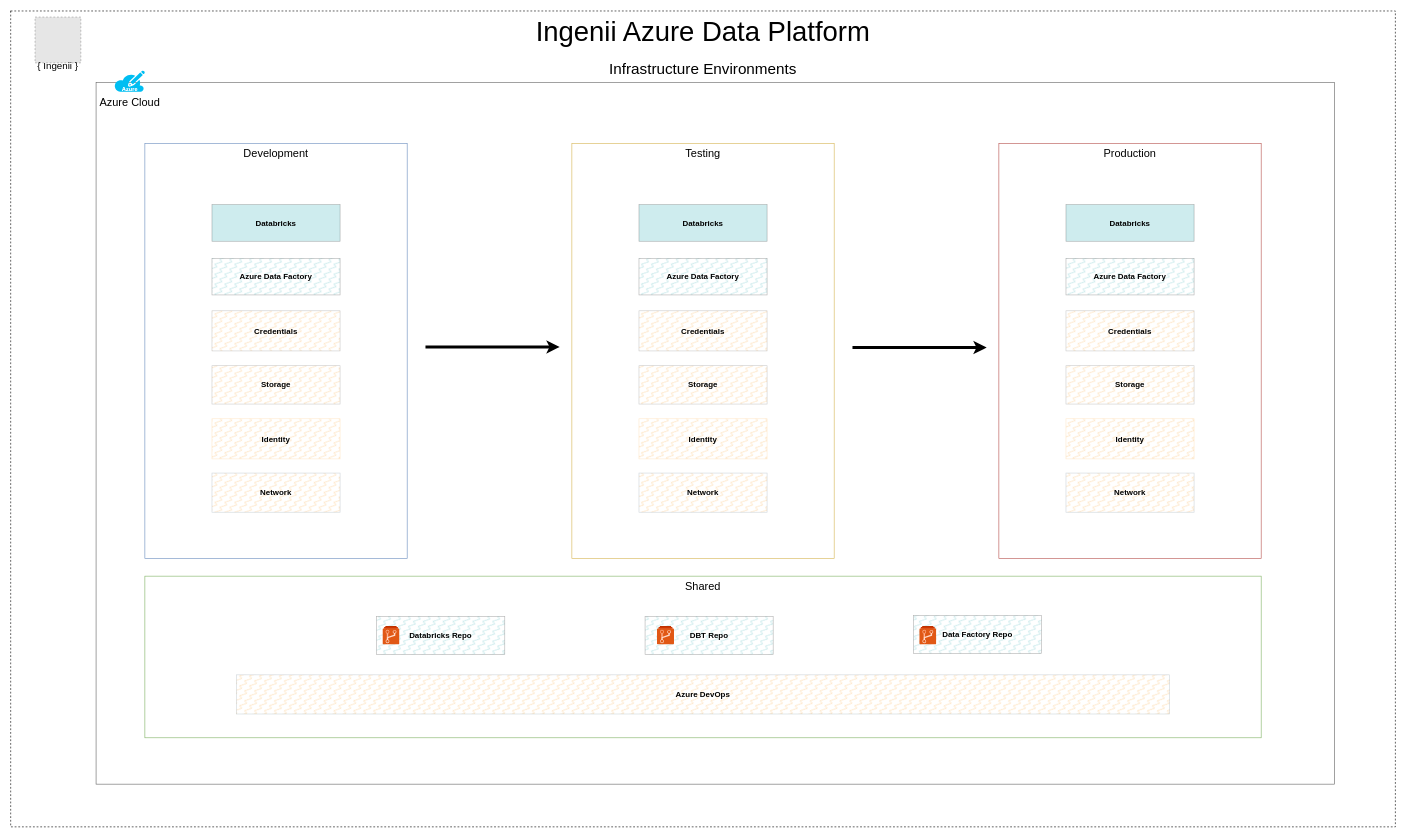
Earlier version of the draw.io diagram docs/assets/adp-design-infra-environments.drawio (rising-star92/python-azure-data-paltform). Source tidied: cells renumbered, new cells numbered last; positions are measured from the earlier drawing's top-left corner, leaving out a move shared by most shapes. Both pictures are drawn from the tidied source at 61%, with x=0, y=0 at pixel (10, 10). Pictures stored in the file or linked from it are replaced by grey dashed boxes.
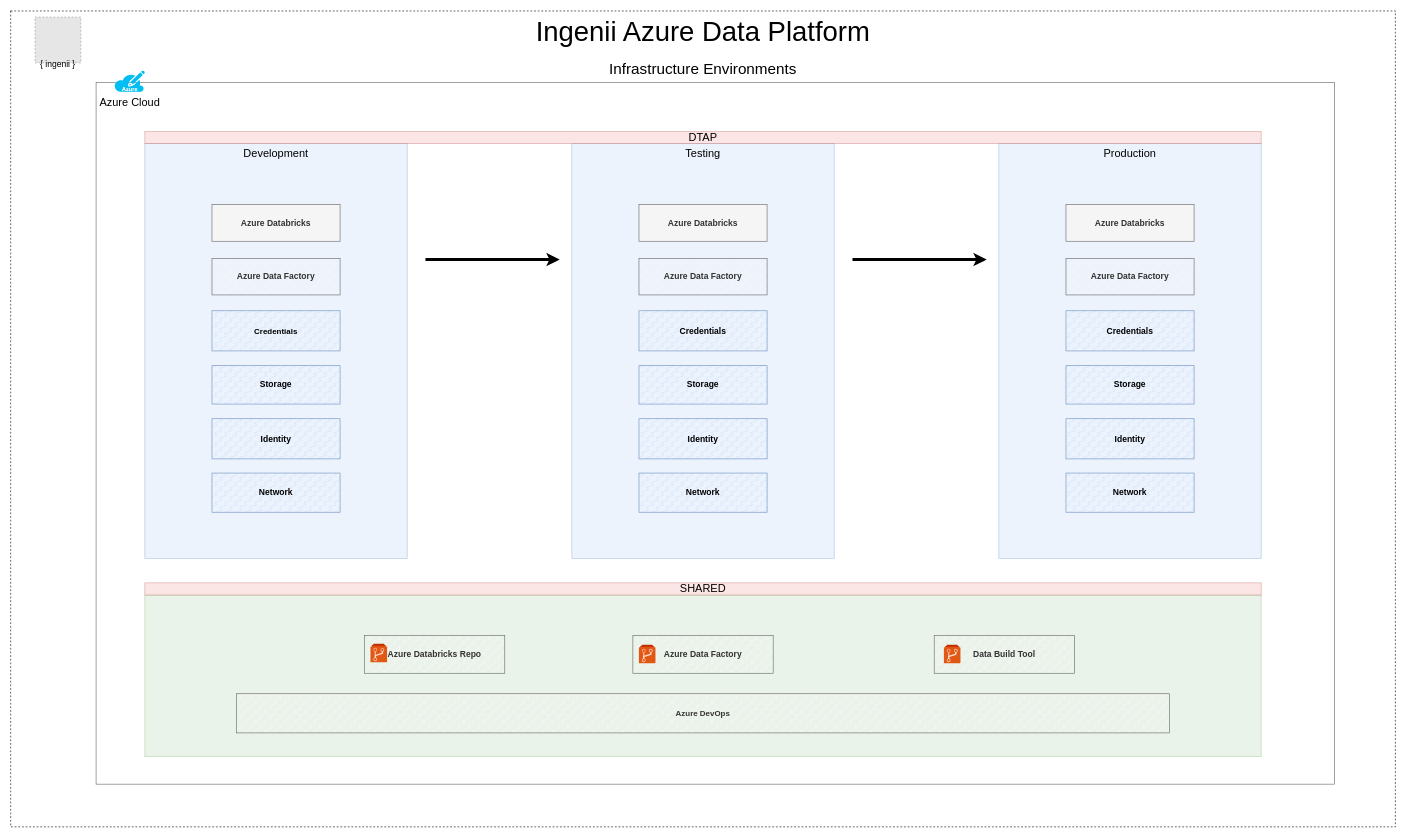
The same diagram, later.

The edit, as a diff of the source:
```diff
@@
-    <mxCell id="5" value="{ Ingenii }" style="fillColor=#E6E6E6;strokeColor=#999999;dashed=1;verticalLabelPosition=bottom;verticalAlign=top;fontSize=16;labelPosition=center;align=center;spacing=-10;" parent="1" vertex="1">
+    <mxCell id="5" value="{ ingenii }" style="fillColor=#E6E6E6;strokeColor=#999999;dashed=1;verticalLabelPosition=bottom;verticalAlign=top;fontSize=14;labelPosition=center;align=center;spacing=-10;" parent="1" vertex="1">
       <mxGeometry x="40" y="10.5" width="75" height="75" as="geometry" />
     </mxCell>
@@
     <mxCell id="7" style="edgeStyle=orthogonalEdgeStyle;rounded=0;orthogonalLoop=1;jettySize=auto;html=1;fontSize=18;strokeWidth=5;" parent="1" edge="1">
       <mxGeometry relative="1" as="geometry">
-        <mxPoint x="680" y="551.2" as="sourcePoint" />
-        <mxPoint x="900" y="551.2" as="targetPoint" />
+        <mxPoint x="680" y="408" as="sourcePoint" />
+        <mxPoint x="900" y="408" as="targetPoint" />
       </mxGeometry>
     </mxCell>
-    <mxCell id="8" value="Development" style="rounded=0;whiteSpace=wrap;html=1;verticalAlign=top;fontSize=18;strokeColor=#6c8ebf;fillColor=none;" parent="1" vertex="1">
+    <mxCell id="8" value="Development" style="rounded=0;whiteSpace=wrap;html=1;verticalAlign=top;fontSize=18;strokeColor=#6c8ebf;fillColor=#dae8fc;opacity=50;" parent="1" vertex="1">
       <mxGeometry x="220" y="218" width="430" height="680" as="geometry" />
     </mxCell>
-    <mxCell id="9" value="Testing" style="rounded=0;whiteSpace=wrap;html=1;verticalAlign=top;fontSize=18;strokeColor=#d6b656;fillColor=none;" parent="1" vertex="1">
+    <mxCell id="9" value="Testing" style="rounded=0;whiteSpace=wrap;html=1;verticalAlign=top;fontSize=18;strokeColor=#6c8ebf;fillColor=#dae8fc;opacity=50;" parent="1" vertex="1">
       <mxGeometry x="920" y="218" width="430" height="680" as="geometry" />
     </mxCell>
-    <mxCell id="10" value="Production" style="rounded=0;whiteSpace=wrap;html=1;verticalAlign=top;fontSize=18;strokeColor=#b85450;fillColor=none;" parent="1" vertex="1">
+    <mxCell id="10" value="Production" style="rounded=0;whiteSpace=wrap;html=1;verticalAlign=top;fontSize=18;strokeColor=#6c8ebf;fillColor=#dae8fc;opacity=50;" parent="1" vertex="1">
       <mxGeometry x="1620" y="218" width="430" height="680" as="geometry" />
     </mxCell>
-    <mxCell id="11" value="Shared" style="rounded=0;whiteSpace=wrap;html=1;verticalAlign=top;fontSize=18;strokeColor=#82b366;fillColor=none;" parent="1" vertex="1">
-      <mxGeometry x="220" y="927" width="1830" height="265" as="geometry" />
+    <mxCell id="11" style="rounded=0;whiteSpace=wrap;html=1;verticalAlign=top;fontSize=18;strokeColor=#82b366;fillColor=#d5e8d4;opacity=50;" parent="1" vertex="1">
+      <mxGeometry x="220" y="958" width="1830" height="265" as="geometry" />
     </mxCell>
-    <mxCell id="12" value="&lt;b&gt;Azure Data Factory&lt;/b&gt;" style="whiteSpace=wrap;html=1;shadow=0;labelBackgroundColor=none;sketch=0;fontSize=13;verticalAlign=middle;fillStyle=zigzag;fillColor=#5FC0C5;opacity=30;" parent="1" vertex="1">
-      <mxGeometry x="330" y="406" width="210" height="60" as="geometry" />
-    </mxCell>
-    <mxCell id="13" value="&lt;b&gt;Databricks&lt;/b&gt;" style="whiteSpace=wrap;html=1;shadow=0;labelBackgroundColor=none;sketch=0;fontSize=13;verticalAlign=middle;opacity=30;fillColor=#5fc0c5;" parent="1" vertex="1">
-      <mxGeometry x="330" y="318" width="210" height="60" as="geometry" />
-    </mxCell>
-    <mxCell id="14" value="&lt;b&gt;Storage&lt;/b&gt;" style="rounded=0;whiteSpace=wrap;html=1;shadow=0;labelBackgroundColor=none;sketch=0;fontSize=13;verticalAlign=middle;fillStyle=zigzag;fillColor=#f99007;opacity=20;" parent="1" vertex="1">
+    <mxCell id="14" value="&lt;b style=&quot;font-size: 14px;&quot;&gt;Storage&lt;/b&gt;" style="rounded=0;whiteSpace=wrap;html=1;shadow=0;labelBackgroundColor=none;sketch=0;fontSize=14;verticalAlign=middle;fillStyle=zigzag;fillColor=#dae8fc;strokeColor=#6c8ebf;" parent="1" vertex="1">
       <mxGeometry x="330" y="582" width="210" height="62.9" as="geometry" />
     </mxCell>
-    <mxCell id="15" value="&lt;b&gt;Credentials&lt;/b&gt;" style="rounded=0;whiteSpace=wrap;html=1;shadow=0;labelBackgroundColor=none;sketch=0;fontSize=13;verticalAlign=middle;fillStyle=zigzag;fillColor=#F99007;opacity=20;" parent="1" vertex="1">
+    <mxCell id="15" value="&lt;b&gt;Credentials&lt;/b&gt;" style="rounded=0;whiteSpace=wrap;html=1;shadow=0;labelBackgroundColor=none;sketch=0;fontSize=13;verticalAlign=middle;fillStyle=zigzag;fillColor=#dae8fc;strokeColor=#6c8ebf;" parent="1" vertex="1">
       <mxGeometry x="330" y="492" width="210" height="65.8" as="geometry" />
     </mxCell>
-    <mxCell id="16" value="&lt;b&gt;Identity&lt;/b&gt;" style="rounded=0;whiteSpace=wrap;html=1;shadow=0;labelBackgroundColor=none;sketch=0;fontSize=13;verticalAlign=middle;fillStyle=zigzag;strokeColor=#F99007;fillColor=#f99007;opacity=20;" parent="1" vertex="1">
+    <mxCell id="16" value="&lt;b style=&quot;font-size: 14px;&quot;&gt;Identity&lt;/b&gt;" style="rounded=0;whiteSpace=wrap;html=1;shadow=0;labelBackgroundColor=none;sketch=0;fontSize=14;verticalAlign=middle;fillStyle=zigzag;strokeColor=#6c8ebf;fillColor=#dae8fc;" parent="1" vertex="1">
       <mxGeometry x="330" y="669" width="210" height="65.8" as="geometry" />
     </mxCell>
-    <mxCell id="17" value="&lt;b&gt;Network&lt;/b&gt;" style="rounded=0;whiteSpace=wrap;html=1;shadow=0;labelBackgroundColor=none;sketch=0;fontSize=13;verticalAlign=middle;fillStyle=zigzag;strokeColor=#13344c;fillColor=#f99007;opacity=20;" parent="1" vertex="1">
+    <mxCell id="17" value="&lt;b style=&quot;font-size: 14px;&quot;&gt;Network&lt;/b&gt;" style="rounded=0;whiteSpace=wrap;html=1;shadow=0;labelBackgroundColor=none;sketch=0;fontSize=14;verticalAlign=middle;fillStyle=zigzag;strokeColor=#6c8ebf;fillColor=#dae8fc;" parent="1" vertex="1">
       <mxGeometry x="330" y="758" width="210" height="64.2" as="geometry" />
     </mxCell>
-    <mxCell id="18" value="&lt;b&gt;Databricks&lt;/b&gt;" style="whiteSpace=wrap;html=1;shadow=0;labelBackgroundColor=none;sketch=0;fontSize=13;verticalAlign=middle;opacity=30;fillColor=#5fc0c5;" parent="1" vertex="1">
-      <mxGeometry x="1030" y="318" width="210" height="60" as="geometry" />
-    </mxCell>
-    <mxCell id="19" value="&lt;b&gt;Azure Data Factory&lt;/b&gt;" style="whiteSpace=wrap;html=1;shadow=0;labelBackgroundColor=none;sketch=0;fontSize=13;verticalAlign=middle;fillStyle=zigzag;fillColor=#5FC0C5;opacity=30;" parent="1" vertex="1">
-      <mxGeometry x="1030" y="406" width="210" height="60" as="geometry" />
-    </mxCell>
-    <mxCell id="20" value="&lt;b&gt;Credentials&lt;/b&gt;" style="rounded=0;whiteSpace=wrap;html=1;shadow=0;labelBackgroundColor=none;sketch=0;fontSize=13;verticalAlign=middle;fillStyle=zigzag;fillColor=#F99007;opacity=20;" parent="1" vertex="1">
+    <mxCell id="20" value="&lt;b style=&quot;font-size: 14px;&quot;&gt;Credentials&lt;/b&gt;" style="rounded=0;whiteSpace=wrap;html=1;shadow=0;labelBackgroundColor=none;sketch=0;fontSize=14;verticalAlign=middle;fillStyle=zigzag;fillColor=#dae8fc;strokeColor=#6c8ebf;" parent="1" vertex="1">
       <mxGeometry x="1030" y="492" width="210" height="65.8" as="geometry" />
     </mxCell>
-    <mxCell id="21" value="&lt;b&gt;Storage&lt;/b&gt;" style="rounded=0;whiteSpace=wrap;html=1;shadow=0;labelBackgroundColor=none;sketch=0;fontSize=13;verticalAlign=middle;fillStyle=zigzag;fillColor=#f99007;opacity=20;" parent="1" vertex="1">
+    <mxCell id="21" value="&lt;b style=&quot;font-size: 14px;&quot;&gt;Storage&lt;/b&gt;" style="rounded=0;whiteSpace=wrap;html=1;shadow=0;labelBackgroundColor=none;sketch=0;fontSize=14;verticalAlign=middle;fillStyle=zigzag;fillColor=#dae8fc;strokeColor=#6c8ebf;" parent="1" vertex="1">
       <mxGeometry x="1030" y="582" width="210" height="62.9" as="geometry" />
     </mxCell>
-    <mxCell id="22" value="&lt;b&gt;Identity&lt;/b&gt;" style="rounded=0;whiteSpace=wrap;html=1;shadow=0;labelBackgroundColor=none;sketch=0;fontSize=13;verticalAlign=middle;fillStyle=zigzag;strokeColor=#F99007;fillColor=#f99007;opacity=20;" parent="1" vertex="1">
+    <mxCell id="22" value="&lt;b style=&quot;font-size: 14px;&quot;&gt;Identity&lt;/b&gt;" style="rounded=0;whiteSpace=wrap;html=1;shadow=0;labelBackgroundColor=none;sketch=0;fontSize=14;verticalAlign=middle;fillStyle=zigzag;strokeColor=#6c8ebf;fillColor=#dae8fc;" parent="1" vertex="1">
       <mxGeometry x="1030" y="669" width="210" height="65.8" as="geometry" />
     </mxCell>
-    <mxCell id="23" value="&lt;b&gt;Network&lt;/b&gt;" style="rounded=0;whiteSpace=wrap;html=1;shadow=0;labelBackgroundColor=none;sketch=0;fontSize=13;verticalAlign=middle;fillStyle=zigzag;strokeColor=#13344c;fillColor=#f99007;opacity=20;" parent="1" vertex="1">
+    <mxCell id="23" value="&lt;b style=&quot;font-size: 14px;&quot;&gt;Network&lt;/b&gt;" style="rounded=0;whiteSpace=wrap;html=1;shadow=0;labelBackgroundColor=none;sketch=0;fontSize=14;verticalAlign=middle;fillStyle=zigzag;strokeColor=#6c8ebf;fillColor=#dae8fc;" parent="1" vertex="1">
       <mxGeometry x="1030" y="758" width="210" height="64.2" as="geometry" />
     </mxCell>
-    <mxCell id="24" value="&lt;b&gt;Network&lt;/b&gt;" style="rounded=0;whiteSpace=wrap;html=1;shadow=0;labelBackgroundColor=none;sketch=0;fontSize=13;verticalAlign=middle;fillStyle=zigzag;strokeColor=#13344c;fillColor=#f99007;opacity=20;" parent="1" vertex="1">
+    <mxCell id="24" value="&lt;b style=&quot;font-size: 14px;&quot;&gt;Network&lt;/b&gt;" style="rounded=0;whiteSpace=wrap;html=1;shadow=0;labelBackgroundColor=none;sketch=0;fontSize=14;verticalAlign=middle;fillStyle=zigzag;strokeColor=#6c8ebf;fillColor=#dae8fc;" parent="1" vertex="1">
       <mxGeometry x="1730" y="758" width="210" height="64.2" as="geometry" />
     </mxCell>
-    <mxCell id="25" value="&lt;b&gt;Identity&lt;/b&gt;" style="rounded=0;whiteSpace=wrap;html=1;shadow=0;labelBackgroundColor=none;sketch=0;fontSize=13;verticalAlign=middle;fillStyle=zigzag;strokeColor=#F99007;fillColor=#f99007;opacity=20;" parent="1" vertex="1">
+    <mxCell id="25" value="&lt;b style=&quot;font-size: 14px;&quot;&gt;Identity&lt;/b&gt;" style="rounded=0;whiteSpace=wrap;html=1;shadow=0;labelBackgroundColor=none;sketch=0;fontSize=14;verticalAlign=middle;fillStyle=zigzag;strokeColor=#6c8ebf;fillColor=#dae8fc;" parent="1" vertex="1">
       <mxGeometry x="1730" y="669" width="210" height="65.8" as="geometry" />
     </mxCell>
-    <mxCell id="26" value="&lt;b&gt;Storage&lt;/b&gt;" style="rounded=0;whiteSpace=wrap;html=1;shadow=0;labelBackgroundColor=none;sketch=0;fontSize=13;verticalAlign=middle;fillStyle=zigzag;fillColor=#f99007;opacity=20;" parent="1" vertex="1">
+    <mxCell id="26" value="&lt;b style=&quot;font-size: 14px;&quot;&gt;Storage&lt;/b&gt;" style="rounded=0;whiteSpace=wrap;html=1;shadow=0;labelBackgroundColor=none;sketch=0;fontSize=14;verticalAlign=middle;fillStyle=zigzag;fillColor=#dae8fc;strokeColor=#6c8ebf;" parent="1" vertex="1">
       <mxGeometry x="1730" y="582" width="210" height="62.9" as="geometry" />
     </mxCell>
-    <mxCell id="27" value="&lt;b&gt;Credentials&lt;/b&gt;" style="rounded=0;whiteSpace=wrap;html=1;shadow=0;labelBackgroundColor=none;sketch=0;fontSize=13;verticalAlign=middle;fillStyle=zigzag;fillColor=#F99007;opacity=20;" parent="1" vertex="1">
+    <mxCell id="27" value="&lt;b style=&quot;font-size: 14px;&quot;&gt;Credentials&lt;/b&gt;" style="rounded=0;whiteSpace=wrap;html=1;shadow=0;labelBackgroundColor=none;sketch=0;fontSize=14;verticalAlign=middle;fillStyle=zigzag;fillColor=#dae8fc;strokeColor=#6c8ebf;" parent="1" vertex="1">
       <mxGeometry x="1730" y="492" width="210" height="65.8" as="geometry" />
     </mxCell>
-    <mxCell id="28" value="&lt;b&gt;Azure Data Factory&lt;/b&gt;" style="whiteSpace=wrap;html=1;shadow=0;labelBackgroundColor=none;sketch=0;fontSize=13;verticalAlign=middle;fillStyle=zigzag;fillColor=#5FC0C5;opacity=30;" parent="1" vertex="1">
-      <mxGeometry x="1730" y="406" width="210" height="60" as="geometry" />
-    </mxCell>
-    <mxCell id="29" value="&lt;b&gt;Databricks&lt;/b&gt;" style="whiteSpace=wrap;html=1;shadow=0;labelBackgroundColor=none;sketch=0;fontSize=13;verticalAlign=middle;opacity=30;fillColor=#5fc0c5;" parent="1" vertex="1">
-      <mxGeometry x="1730" y="318" width="210" height="60" as="geometry" />
-    </mxCell>
     <mxCell id="30" style="edgeStyle=orthogonalEdgeStyle;rounded=0;orthogonalLoop=1;jettySize=auto;html=1;fontSize=18;strokeWidth=5;" parent="1" edge="1">
       <mxGeometry relative="1" as="geometry">
-        <mxPoint x="1380" y="552.2" as="sourcePoint" />
-        <mxPoint x="1600" y="552.2" as="targetPoint" />
+        <mxPoint x="1380" y="408" as="sourcePoint" />
+        <mxPoint x="1600" y="408" as="targetPoint" />
       </mxGeometry>
     </mxCell>
-    <mxCell id="31" value="&lt;b&gt;Azure DevOps&lt;/b&gt;" style="rounded=0;whiteSpace=wrap;html=1;shadow=0;labelBackgroundColor=none;sketch=0;fontSize=13;verticalAlign=middle;fillStyle=zigzag;strokeColor=#13344c;fillColor=#f99007;opacity=20;" parent="1" vertex="1">
-      <mxGeometry x="370" y="1088.8" width="1530" height="64.2" as="geometry" />
+    <mxCell id="31" value="&lt;b&gt;Azure DevOps&lt;/b&gt;" style="rounded=0;whiteSpace=wrap;html=1;shadow=0;labelBackgroundColor=none;sketch=0;fontSize=13;verticalAlign=middle;fillStyle=zigzag;strokeColor=#666666;fillColor=#f5f5f5;fontColor=#333333;" parent="1" vertex="1">
+      <mxGeometry x="370" y="1119.8" width="1530" height="64.2" as="geometry" />
     </mxCell>
-    <mxCell id="32" value="&lt;b&gt;Databricks Repo&lt;/b&gt;" style="whiteSpace=wrap;html=1;shadow=0;labelBackgroundColor=none;sketch=0;fontSize=13;verticalAlign=middle;fillStyle=zigzag;fillColor=#5FC0C5;opacity=30;" parent="1" vertex="1">
-      <mxGeometry x="600" y="993" width="210" height="62.2" as="geometry" />
+    <mxCell id="32" value="&lt;b style=&quot;font-size: 14px;&quot;&gt;Azure Databricks Repo&lt;br style=&quot;font-size: 14px;&quot;&gt;&lt;/b&gt;" style="whiteSpace=wrap;html=1;shadow=0;labelBackgroundColor=none;sketch=0;fontSize=14;verticalAlign=middle;fillStyle=zigzag;fillColor=#f5f5f5;strokeColor=#666666;fontColor=#333333;" parent="1" vertex="1">
+      <mxGeometry x="580" y="1024" width="230" height="62.2" as="geometry" />
     </mxCell>
     <mxCell id="33" style="html=1;align=center;image;fontSize=12;image=img/lib/mscae/Azure_Repos.svg;fillColor=none;" parent="1" vertex="1">
-      <mxGeometry x="610" y="1008.6" width="27.9" height="31" as="geometry" />
+      <mxGeometry x="590" y="1038.1" width="27.9" height="31" as="geometry" />
     </mxCell>
-    <mxCell id="34" style="group;" parent="1" vertex="1">
-      <mxGeometry x="1040" y="993" width="210" height="62.2" as="geometry" />
-    </mxCell>
-    <mxCell id="35" value="&lt;b&gt;DBT Repo&lt;/b&gt;" style="whiteSpace=wrap;html=1;shadow=0;labelBackgroundColor=none;sketch=0;fontSize=13;verticalAlign=middle;fillStyle=zigzag;fillColor=#5FC0C5;opacity=30;" parent="34" vertex="1">
-      <mxGeometry width="210" height="62.2" as="geometry" />
-    </mxCell>
-    <mxCell id="36" style="html=1;align=center;image;fontSize=12;image=img/lib/mscae/Azure_Repos.svg;fillColor=none;" parent="34" vertex="1">
-      <mxGeometry x="20" y="15.6" width="27.9" height="31" as="geometry" />
-    </mxCell>
-    <mxCell id="37" style="group;" parent="1" vertex="1">
-      <mxGeometry x="1480" y="991.5" width="210" height="62.2" as="geometry" />
-    </mxCell>
-    <mxCell id="38" value="&lt;b&gt;Data Factory Repo&lt;/b&gt;" style="whiteSpace=wrap;html=1;shadow=0;labelBackgroundColor=none;sketch=0;fontSize=13;verticalAlign=middle;fillStyle=zigzag;fillColor=#5FC0C5;opacity=30;" parent="37" vertex="1">
-      <mxGeometry width="210" height="62.2" as="geometry" />
-    </mxCell>
-    <mxCell id="39" style="html=1;align=center;image;fontSize=12;image=img/lib/mscae/Azure_Repos.svg;fillColor=none;" parent="37" vertex="1">
-      <mxGeometry x="10" y="17.1" width="27.9" height="31" as="geometry" />
-    </mxCell>
+    <mxCell id="40" value="&lt;b style=&quot;font-size: 14px;&quot;&gt;Azure Data Factory&lt;/b&gt;" style="whiteSpace=wrap;html=1;shadow=0;labelBackgroundColor=none;sketch=0;fontSize=14;verticalAlign=middle;fillStyle=zigzag;fillColor=#f5f5f5;strokeColor=#666666;fontColor=#333333;" parent="1" vertex="1">
+      <mxGeometry x="1030" y="406" width="210" height="60" as="geometry" />
+    </mxCell>
+    <mxCell id="41" value="&lt;b style=&quot;font-size: 14px;&quot;&gt;Azure Databricks&lt;/b&gt;" style="whiteSpace=wrap;html=1;shadow=0;labelBackgroundColor=none;sketch=0;fontSize=14;verticalAlign=middle;fillColor=#f5f5f5;strokeColor=#666666;fontColor=#333333;" parent="1" vertex="1">
+      <mxGeometry x="1030" y="318" width="210" height="60" as="geometry" />
+    </mxCell>
+    <mxCell id="42" value="&lt;b style=&quot;font-size: 14px;&quot;&gt;Azure Data Factory&lt;/b&gt;" style="whiteSpace=wrap;html=1;shadow=0;labelBackgroundColor=none;sketch=0;fontSize=14;verticalAlign=middle;fillStyle=zigzag;fillColor=#f5f5f5;strokeColor=#666666;fontColor=#333333;" parent="1" vertex="1">
+      <mxGeometry x="1730" y="406" width="210" height="60" as="geometry" />
+    </mxCell>
+    <mxCell id="43" value="&lt;b style=&quot;font-size: 14px;&quot;&gt;Azure Databricks&lt;/b&gt;" style="whiteSpace=wrap;html=1;shadow=0;labelBackgroundColor=none;sketch=0;fontSize=14;verticalAlign=middle;fillColor=#f5f5f5;strokeColor=#666666;fontColor=#333333;" parent="1" vertex="1">
+      <mxGeometry x="1730" y="318" width="210" height="60" as="geometry" />
+    </mxCell>
+    <mxCell id="44" value="&lt;b style=&quot;font-size: 14px;&quot;&gt;Azure Data Factory&lt;br style=&quot;font-size: 14px;&quot;&gt;&lt;/b&gt;" style="whiteSpace=wrap;html=1;shadow=0;labelBackgroundColor=none;sketch=0;fontSize=14;verticalAlign=middle;fillStyle=zigzag;fillColor=#f5f5f5;strokeColor=#666666;fontColor=#333333;" parent="1" vertex="1">
+      <mxGeometry x="1020" y="1024" width="230" height="62.2" as="geometry" />
+    </mxCell>
+    <mxCell id="45" style="html=1;align=center;image;fontSize=12;image=img/lib/mscae/Azure_Repos.svg;fillColor=none;" parent="1" vertex="1">
+      <mxGeometry x="1030" y="1039.6" width="27.9" height="31" as="geometry" />
+    </mxCell>
+    <mxCell id="46" value="&lt;b style=&quot;font-size: 14px;&quot;&gt;Data Build Tool&lt;br style=&quot;font-size: 14px;&quot;&gt;&lt;/b&gt;" style="whiteSpace=wrap;html=1;shadow=0;labelBackgroundColor=none;sketch=0;fontSize=14;verticalAlign=middle;fillStyle=zigzag;fillColor=#f5f5f5;strokeColor=#666666;fontColor=#333333;" parent="1" vertex="1">
+      <mxGeometry x="1514" y="1024" width="230" height="62.2" as="geometry" />
+    </mxCell>
+    <mxCell id="47" style="html=1;align=center;image;fontSize=12;image=img/lib/mscae/Azure_Repos.svg;fillColor=none;" parent="1" vertex="1">
+      <mxGeometry x="1530" y="1039.6" width="27.9" height="31" as="geometry" />
+    </mxCell>
+    <mxCell id="48" value="DTAP" style="rounded=0;whiteSpace=wrap;html=1;verticalAlign=middle;fontSize=18;strokeColor=#b85450;fillColor=#f8cecc;opacity=50;" parent="1" vertex="1">
+      <mxGeometry x="220" y="198" width="1830" height="20" as="geometry" />
+    </mxCell>
+    <mxCell id="49" value="SHARED" style="rounded=0;whiteSpace=wrap;html=1;verticalAlign=middle;fontSize=18;strokeColor=#b85450;fillColor=#f8cecc;opacity=50;" parent="1" vertex="1">
+      <mxGeometry x="220" y="938" width="1830" height="20" as="geometry" />
+    </mxCell>
+    <mxCell id="12" value="&lt;b style=&quot;font-size: 14px;&quot;&gt;Azure Data Factory&lt;/b&gt;" style="whiteSpace=wrap;html=1;shadow=0;labelBackgroundColor=none;sketch=0;fontSize=14;verticalAlign=middle;fillStyle=zigzag;fillColor=#f5f5f5;strokeColor=#666666;fontColor=#333333;" parent="1" vertex="1">
+      <mxGeometry x="330" y="406" width="210" height="60" as="geometry" />
+    </mxCell>
+    <mxCell id="13" value="&lt;b style=&quot;font-size: 14px;&quot;&gt;Azure Databricks&lt;/b&gt;" style="whiteSpace=wrap;html=1;shadow=0;labelBackgroundColor=none;sketch=0;fontSize=14;verticalAlign=middle;fillColor=#f5f5f5;strokeColor=#666666;fontColor=#333333;" parent="1" vertex="1">
+      <mxGeometry x="330" y="318" width="210" height="60" as="geometry" />
+    </mxCell>
```
